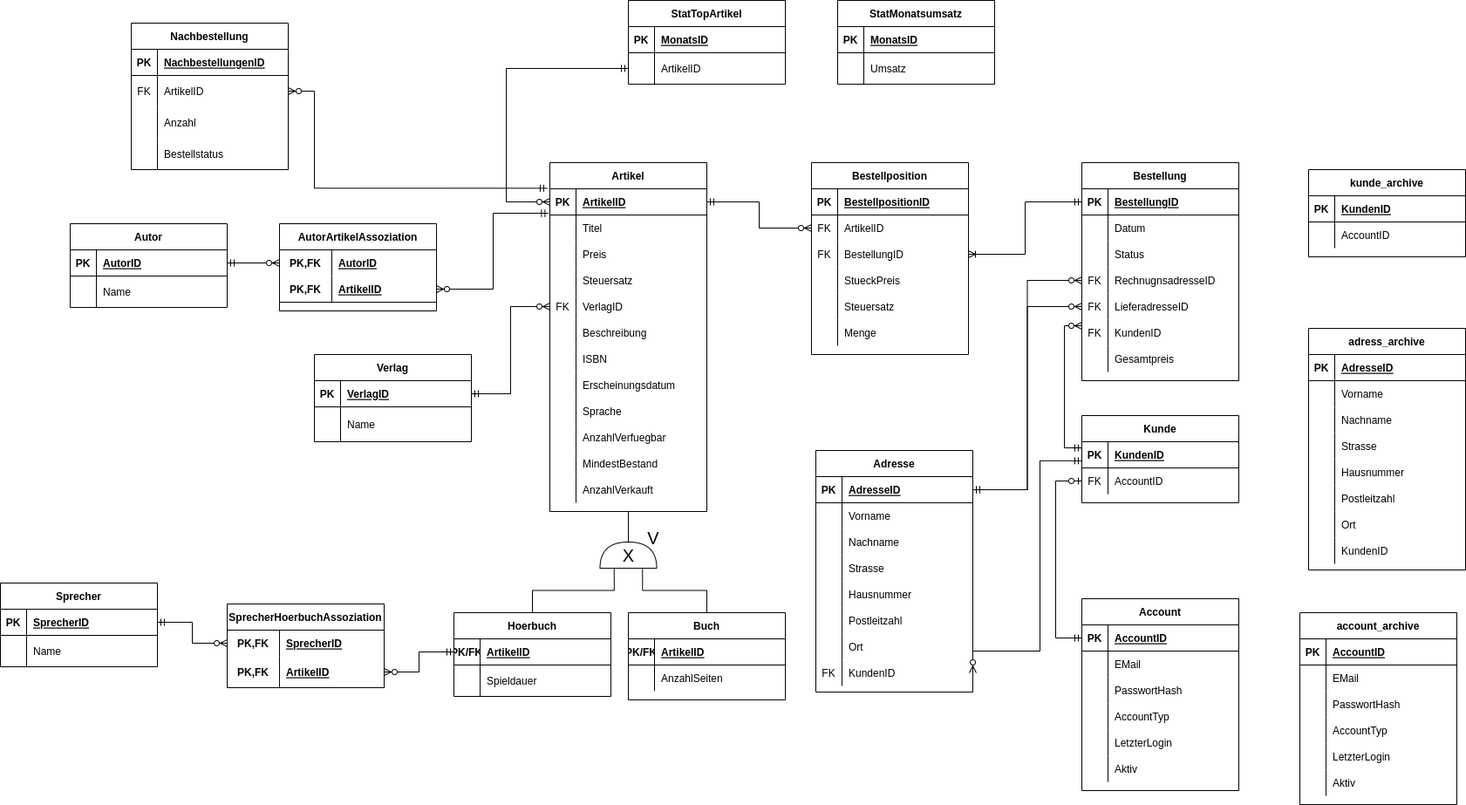
Before: EERD/EERM.png, a diagram exported from draw.io (WalnussMuenze22/db2-buecherwurm). Source tidied: cells renumbered, new cells last; positions are measured from the earlier drawing's top-left corner, leaving out a move shared by most shapes.
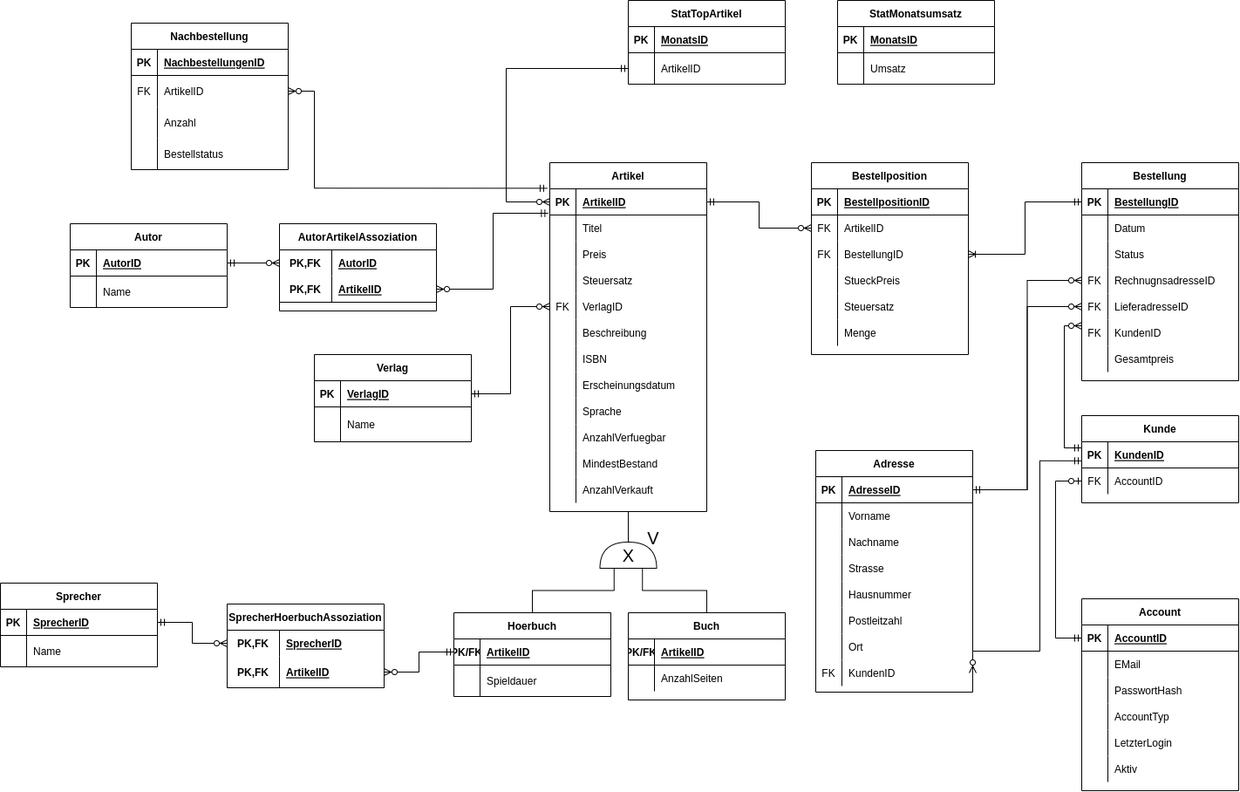
After the change.

Commit message:
EERD angepasst

Diff of the diagram source:
```diff
@@ -705,158 +705,5 @@
         </Array>
       </mxGeometry>
     </mxCell>
-    <mxCell id="227" value="kunde_archive" style="shape=table;startSize=30;rowLines=0;fontStyle=1;align=center;" parent="1" vertex="1">
-      <mxGeometry x="1500" y="194" width="180" height="100" as="geometry" />
-    </mxCell>
-    <mxCell id="228" style="shape=tableRow;horizontal=0;startSize=0;swimlaneHead=0;swimlaneBody=0;fillColor=none;top=0;left=0;right=0;bottom=1;" parent="227" vertex="1">
-      <mxGeometry y="30" width="180" height="30" as="geometry" />
-    </mxCell>
-    <mxCell id="229" value="PK" style="shape=partialRectangle;fillColor=none;top=0;left=0;bottom=0;right=0;fontStyle=1;overflow=hidden;" parent="228" vertex="1">
-      <mxGeometry width="30" height="30" as="geometry" />
-    </mxCell>
-    <mxCell id="230" value="KundenID" style="shape=partialRectangle;fillColor=none;top=0;left=0;bottom=0;right=0;align=left;spacingLeft=6;fontStyle=5;overflow=hidden;" parent="228" vertex="1">
-      <mxGeometry x="30" width="150" height="30" as="geometry" />
-    </mxCell>
-    <mxCell id="231" style="shape=tableRow;horizontal=0;startSize=0;swimlaneHead=0;swimlaneBody=0;fillColor=none;top=0;left=0;right=0;bottom=0;" parent="227" vertex="1">
-      <mxGeometry y="60" width="180" height="30" as="geometry" />
-    </mxCell>
-    <mxCell id="232" style="shape=partialRectangle;fillColor=none;top=0;left=0;bottom=0;right=0;overflow=hidden;" parent="231" vertex="1">
-      <mxGeometry width="30" height="30" as="geometry" />
-    </mxCell>
-    <mxCell id="233" value="AccountID" style="shape=partialRectangle;fillColor=none;top=0;left=0;bottom=0;right=0;align=left;spacingLeft=6;overflow=hidden;" parent="231" vertex="1">
-      <mxGeometry x="30" width="150" height="30" as="geometry" />
-    </mxCell>
-    <mxCell id="234" value="adress_archive" style="shape=table;startSize=30;rowLines=0;fontStyle=1;align=center;" parent="1" vertex="1">
-      <mxGeometry x="1500" y="376" width="180" height="277" as="geometry" />
-    </mxCell>
-    <mxCell id="235" style="shape=tableRow;horizontal=0;startSize=0;swimlaneHead=0;swimlaneBody=0;fillColor=none;top=0;left=0;right=0;bottom=1;" parent="234" vertex="1">
-      <mxGeometry y="30" width="180" height="30" as="geometry" />
-    </mxCell>
-    <mxCell id="236" value="PK" style="shape=partialRectangle;fillColor=none;top=0;left=0;bottom=0;right=0;fontStyle=1;overflow=hidden;" parent="235" vertex="1">
-      <mxGeometry width="30" height="30" as="geometry" />
-    </mxCell>
-    <mxCell id="237" value="AdresseID" style="shape=partialRectangle;fillColor=none;top=0;left=0;bottom=0;right=0;align=left;spacingLeft=6;fontStyle=5;overflow=hidden;" parent="235" vertex="1">
-      <mxGeometry x="30" width="150" height="30" as="geometry" />
-    </mxCell>
-    <mxCell id="238" style="shape=tableRow;horizontal=0;startSize=0;swimlaneHead=0;swimlaneBody=0;fillColor=none;top=0;left=0;right=0;bottom=0;" parent="234" vertex="1">
-      <mxGeometry y="60" width="180" height="30" as="geometry" />
-    </mxCell>
-    <mxCell id="239" style="shape=partialRectangle;fillColor=none;top=0;left=0;bottom=0;right=0;overflow=hidden;" parent="238" vertex="1">
-      <mxGeometry width="30" height="30" as="geometry" />
-    </mxCell>
-    <mxCell id="240" value="Vorname" style="shape=partialRectangle;fillColor=none;top=0;left=0;bottom=0;right=0;align=left;spacingLeft=6;overflow=hidden;" parent="238" vertex="1">
-      <mxGeometry x="30" width="150" height="30" as="geometry" />
-    </mxCell>
-    <mxCell id="241" style="shape=tableRow;horizontal=0;startSize=0;swimlaneHead=0;swimlaneBody=0;fillColor=none;top=0;left=0;right=0;bottom=0;" parent="234" vertex="1">
-      <mxGeometry y="90" width="180" height="30" as="geometry" />
-    </mxCell>
-    <mxCell id="242" style="shape=partialRectangle;fillColor=none;top=0;left=0;bottom=0;right=0;overflow=hidden;" parent="241" vertex="1">
-      <mxGeometry width="30" height="30" as="geometry" />
-    </mxCell>
-    <mxCell id="243" value="Nachname" style="shape=partialRectangle;fillColor=none;top=0;left=0;bottom=0;right=0;align=left;spacingLeft=6;overflow=hidden;" parent="241" vertex="1">
-      <mxGeometry x="30" width="150" height="30" as="geometry" />
-    </mxCell>
-    <mxCell id="244" style="shape=tableRow;horizontal=0;startSize=0;swimlaneHead=0;swimlaneBody=0;fillColor=none;top=0;left=0;right=0;bottom=0;" parent="234" vertex="1">
-      <mxGeometry y="120" width="180" height="30" as="geometry" />
-    </mxCell>
-    <mxCell id="245" style="shape=partialRectangle;fillColor=none;top=0;left=0;bottom=0;right=0;overflow=hidden;" parent="244" vertex="1">
-      <mxGeometry width="30" height="30" as="geometry" />
-    </mxCell>
-    <mxCell id="246" value="Strasse" style="shape=partialRectangle;fillColor=none;top=0;left=0;bottom=0;right=0;align=left;spacingLeft=6;overflow=hidden;" parent="244" vertex="1">
-      <mxGeometry x="30" width="150" height="30" as="geometry" />
-    </mxCell>
-    <mxCell id="247" style="shape=tableRow;horizontal=0;startSize=0;swimlaneHead=0;swimlaneBody=0;fillColor=none;top=0;left=0;right=0;bottom=0;" parent="234" vertex="1">
-      <mxGeometry y="150" width="180" height="30" as="geometry" />
-    </mxCell>
-    <mxCell id="248" style="shape=partialRectangle;fillColor=none;top=0;left=0;bottom=0;right=0;overflow=hidden;" parent="247" vertex="1">
-      <mxGeometry width="30" height="30" as="geometry" />
-    </mxCell>
-    <mxCell id="249" value="Hausnummer" style="shape=partialRectangle;fillColor=none;top=0;left=0;bottom=0;right=0;align=left;spacingLeft=6;overflow=hidden;" parent="247" vertex="1">
-      <mxGeometry x="30" width="150" height="30" as="geometry" />
-    </mxCell>
-    <mxCell id="250" style="shape=tableRow;horizontal=0;startSize=0;swimlaneHead=0;swimlaneBody=0;fillColor=none;top=0;left=0;right=0;bottom=0;" parent="234" vertex="1">
-      <mxGeometry y="180" width="180" height="30" as="geometry" />
-    </mxCell>
-    <mxCell id="251" style="shape=partialRectangle;fillColor=none;top=0;left=0;bottom=0;right=0;overflow=hidden;" parent="250" vertex="1">
-      <mxGeometry width="30" height="30" as="geometry" />
-    </mxCell>
-    <mxCell id="252" value="Postleitzahl" style="shape=partialRectangle;fillColor=none;top=0;left=0;bottom=0;right=0;align=left;spacingLeft=6;overflow=hidden;" parent="250" vertex="1">
-      <mxGeometry x="30" width="150" height="30" as="geometry" />
-    </mxCell>
-    <mxCell id="253" style="shape=tableRow;horizontal=0;startSize=0;swimlaneHead=0;swimlaneBody=0;fillColor=none;top=0;left=0;right=0;bottom=0;" parent="234" vertex="1">
-      <mxGeometry y="210" width="180" height="30" as="geometry" />
-    </mxCell>
-    <mxCell id="254" style="shape=partialRectangle;fillColor=none;top=0;left=0;bottom=0;right=0;overflow=hidden;" parent="253" vertex="1">
-      <mxGeometry width="30" height="30" as="geometry" />
-    </mxCell>
-    <mxCell id="255" value="Ort" style="shape=partialRectangle;fillColor=none;top=0;left=0;bottom=0;right=0;align=left;spacingLeft=6;overflow=hidden;" parent="253" vertex="1">
-      <mxGeometry x="30" width="150" height="30" as="geometry" />
-    </mxCell>
-    <mxCell id="256" style="shape=tableRow;horizontal=0;startSize=0;swimlaneHead=0;swimlaneBody=0;fillColor=none;top=0;left=0;right=0;bottom=0;" parent="234" vertex="1">
-      <mxGeometry y="240" width="180" height="30" as="geometry" />
-    </mxCell>
-    <mxCell id="257" style="shape=partialRectangle;fillColor=none;top=0;left=0;bottom=0;right=0;overflow=hidden;labelBorderColor=none;fontStyle=0;" parent="256" vertex="1">
-      <mxGeometry width="30" height="30" as="geometry" />
-    </mxCell>
-    <mxCell id="258" value="KundenID" style="shape=partialRectangle;fillColor=none;top=0;left=0;bottom=0;right=0;align=left;spacingLeft=6;overflow=hidden;fontStyle=0;" parent="256" vertex="1">
-      <mxGeometry x="30" width="150" height="30" as="geometry" />
-    </mxCell>
-    <mxCell id="259" value="account_archive" style="shape=table;startSize=30;rowLines=0;fontStyle=1;align=center;" parent="1" vertex="1">
-      <mxGeometry x="1490" y="702" width="180" height="220" as="geometry" />
-    </mxCell>
-    <mxCell id="260" style="shape=tableRow;horizontal=0;startSize=0;swimlaneHead=0;swimlaneBody=0;fillColor=none;top=0;left=0;right=0;bottom=1;" parent="259" vertex="1">
-      <mxGeometry y="30" width="180" height="30" as="geometry" />
-    </mxCell>
-    <mxCell id="261" value="PK" style="shape=partialRectangle;fillColor=none;top=0;left=0;bottom=0;right=0;fontStyle=1;overflow=hidden;" parent="260" vertex="1">
-      <mxGeometry width="30" height="30" as="geometry" />
-    </mxCell>
-    <mxCell id="262" value="AccountID" style="shape=partialRectangle;fillColor=none;top=0;left=0;bottom=0;right=0;align=left;spacingLeft=6;fontStyle=5;overflow=hidden;" parent="260" vertex="1">
-      <mxGeometry x="30" width="150" height="30" as="geometry" />
-    </mxCell>
-    <mxCell id="263" style="shape=tableRow;horizontal=0;startSize=0;swimlaneHead=0;swimlaneBody=0;fillColor=none;top=0;left=0;right=0;bottom=0;" parent="259" vertex="1">
-      <mxGeometry y="60" width="180" height="30" as="geometry" />
-    </mxCell>
-    <mxCell id="264" style="shape=partialRectangle;fillColor=none;top=0;left=0;bottom=0;right=0;overflow=hidden;" parent="263" vertex="1">
-      <mxGeometry width="30" height="30" as="geometry" />
-    </mxCell>
-    <mxCell id="265" value="EMail" style="shape=partialRectangle;fillColor=none;top=0;left=0;bottom=0;right=0;align=left;spacingLeft=6;overflow=hidden;" parent="263" vertex="1">
-      <mxGeometry x="30" width="150" height="30" as="geometry" />
-    </mxCell>
-    <mxCell id="266" style="shape=tableRow;horizontal=0;startSize=0;swimlaneHead=0;swimlaneBody=0;fillColor=none;top=0;left=0;right=0;bottom=0;" parent="259" vertex="1">
-      <mxGeometry y="90" width="180" height="30" as="geometry" />
-    </mxCell>
-    <mxCell id="267" style="shape=partialRectangle;fillColor=none;top=0;left=0;bottom=0;right=0;overflow=hidden;" parent="266" vertex="1">
-      <mxGeometry width="30" height="30" as="geometry" />
-    </mxCell>
-    <mxCell id="268" value="PasswortHash" style="shape=partialRectangle;fillColor=none;top=0;left=0;bottom=0;right=0;align=left;spacingLeft=6;overflow=hidden;" parent="266" vertex="1">
-      <mxGeometry x="30" width="150" height="30" as="geometry" />
-    </mxCell>
-    <mxCell id="269" style="shape=tableRow;horizontal=0;startSize=0;swimlaneHead=0;swimlaneBody=0;fillColor=none;top=0;left=0;right=0;bottom=0;" parent="259" vertex="1">
-      <mxGeometry y="120" width="180" height="30" as="geometry" />
-    </mxCell>
-    <mxCell id="270" style="shape=partialRectangle;fillColor=none;top=0;left=0;bottom=0;right=0;overflow=hidden;" parent="269" vertex="1">
-      <mxGeometry width="30" height="30" as="geometry" />
-    </mxCell>
-    <mxCell id="271" value="AccountTyp" style="shape=partialRectangle;fillColor=none;top=0;left=0;bottom=0;right=0;align=left;spacingLeft=6;overflow=hidden;" parent="269" vertex="1">
-      <mxGeometry x="30" width="150" height="30" as="geometry" />
-    </mxCell>
-    <mxCell id="272" style="shape=tableRow;horizontal=0;startSize=0;swimlaneHead=0;swimlaneBody=0;fillColor=none;top=0;left=0;right=0;bottom=0;" parent="259" vertex="1">
-      <mxGeometry y="150" width="180" height="30" as="geometry" />
-    </mxCell>
-    <mxCell id="273" style="shape=partialRectangle;fillColor=none;top=0;left=0;bottom=0;right=0;overflow=hidden;" parent="272" vertex="1">
-      <mxGeometry width="30" height="30" as="geometry" />
-    </mxCell>
-    <mxCell id="274" value="LetzterLogin" style="shape=partialRectangle;fillColor=none;top=0;left=0;bottom=0;right=0;align=left;spacingLeft=6;overflow=hidden;" parent="272" vertex="1">
-      <mxGeometry x="30" width="150" height="30" as="geometry" />
-    </mxCell>
-    <mxCell id="275" style="shape=tableRow;horizontal=0;startSize=0;swimlaneHead=0;swimlaneBody=0;fillColor=none;top=0;left=0;right=0;bottom=0;" parent="259" vertex="1">
-      <mxGeometry y="180" width="180" height="30" as="geometry" />
-    </mxCell>
-    <mxCell id="276" style="shape=partialRectangle;fillColor=none;top=0;left=0;bottom=0;right=0;overflow=hidden;" parent="275" vertex="1">
-      <mxGeometry width="30" height="30" as="geometry" />
-    </mxCell>
-    <mxCell id="277" value="Aktiv" style="shape=partialRectangle;fillColor=none;top=0;left=0;bottom=0;right=0;align=left;spacingLeft=6;overflow=hidden;" parent="275" vertex="1">
-      <mxGeometry x="30" width="150" height="30" as="geometry" />
-    </mxCell>
   </root>
 </mxGraphModel>
```
